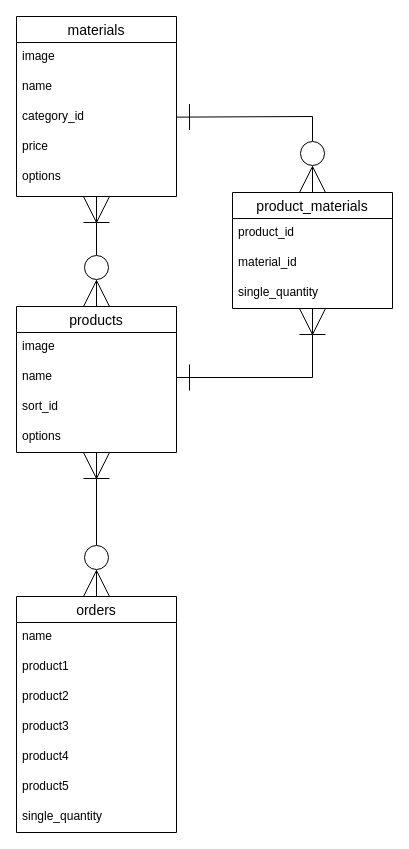
Above: ER.dio in yokichioshima/hayokaeru (draw.io), before the change. Source tidied: cells renumbered, new cells numbered last; positions are measured from the earlier drawing's top-left corner, leaving out a move shared by most shapes. Both pictures are drawn from the tidied source at 100%, with x=0, y=0 at pixel (16, 16).
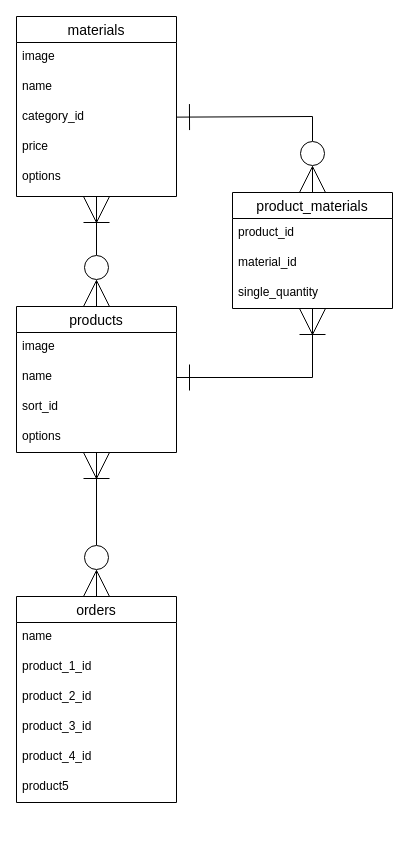
The same diagram, later.

Diff of the diagram source:
```diff
@@
     <mxCell id="20" value="orders" style="swimlane;fontStyle=0;horizontal=1;startSize=26;align=center;fontSize=14;" parent="1" vertex="1">
-      <mxGeometry y="580" width="160" height="236" as="geometry" />
+      <mxGeometry y="580" width="160" height="206" as="geometry" />
     </mxCell>
@@
-    <mxCell id="22" value="product1" style="text;strokeColor=none;fillColor=none;spacingLeft=4;spacingRight=4;overflow=hidden;fontSize=12;" parent="20" vertex="1">
+    <mxCell id="22" value="product_1_id" style="text;strokeColor=none;fillColor=none;spacingLeft=4;spacingRight=4;overflow=hidden;fontSize=12;" parent="20" vertex="1">
       <mxGeometry y="56" width="160" height="30" as="geometry" />
     </mxCell>
-    <mxCell id="23" value="product2" style="text;strokeColor=none;fillColor=none;spacingLeft=4;spacingRight=4;overflow=hidden;fontSize=12;" parent="20" vertex="1">
+    <mxCell id="23" value="product_2_id" style="text;strokeColor=none;fillColor=none;spacingLeft=4;spacingRight=4;overflow=hidden;fontSize=12;" parent="20" vertex="1">
       <mxGeometry y="86" width="160" height="30" as="geometry" />
     </mxCell>
-    <mxCell id="24" value="product3" style="text;strokeColor=none;fillColor=none;spacingLeft=4;spacingRight=4;overflow=hidden;fontSize=12;" parent="20" vertex="1">
+    <mxCell id="24" value="product_3_id" style="text;strokeColor=none;fillColor=none;spacingLeft=4;spacingRight=4;overflow=hidden;fontSize=12;" parent="20" vertex="1">
       <mxGeometry y="116" width="160" height="30" as="geometry" />
     </mxCell>
-    <mxCell id="25" value="product4" style="text;strokeColor=none;fillColor=none;spacingLeft=4;spacingRight=4;overflow=hidden;fontSize=12;" parent="20" vertex="1">
+    <mxCell id="25" value="product_4_id" style="text;strokeColor=none;fillColor=none;spacingLeft=4;spacingRight=4;overflow=hidden;fontSize=12;" parent="20" vertex="1">
       <mxGeometry y="146" width="160" height="30" as="geometry" />
     </mxCell>
@@
-    <mxCell id="27" value="single_quantity" style="text;strokeColor=none;fillColor=none;spacingLeft=4;spacingRight=4;overflow=hidden;fontSize=12;" parent="20" vertex="1">
-      <mxGeometry y="206" width="160" height="30" as="geometry" />
-    </mxCell>
```
